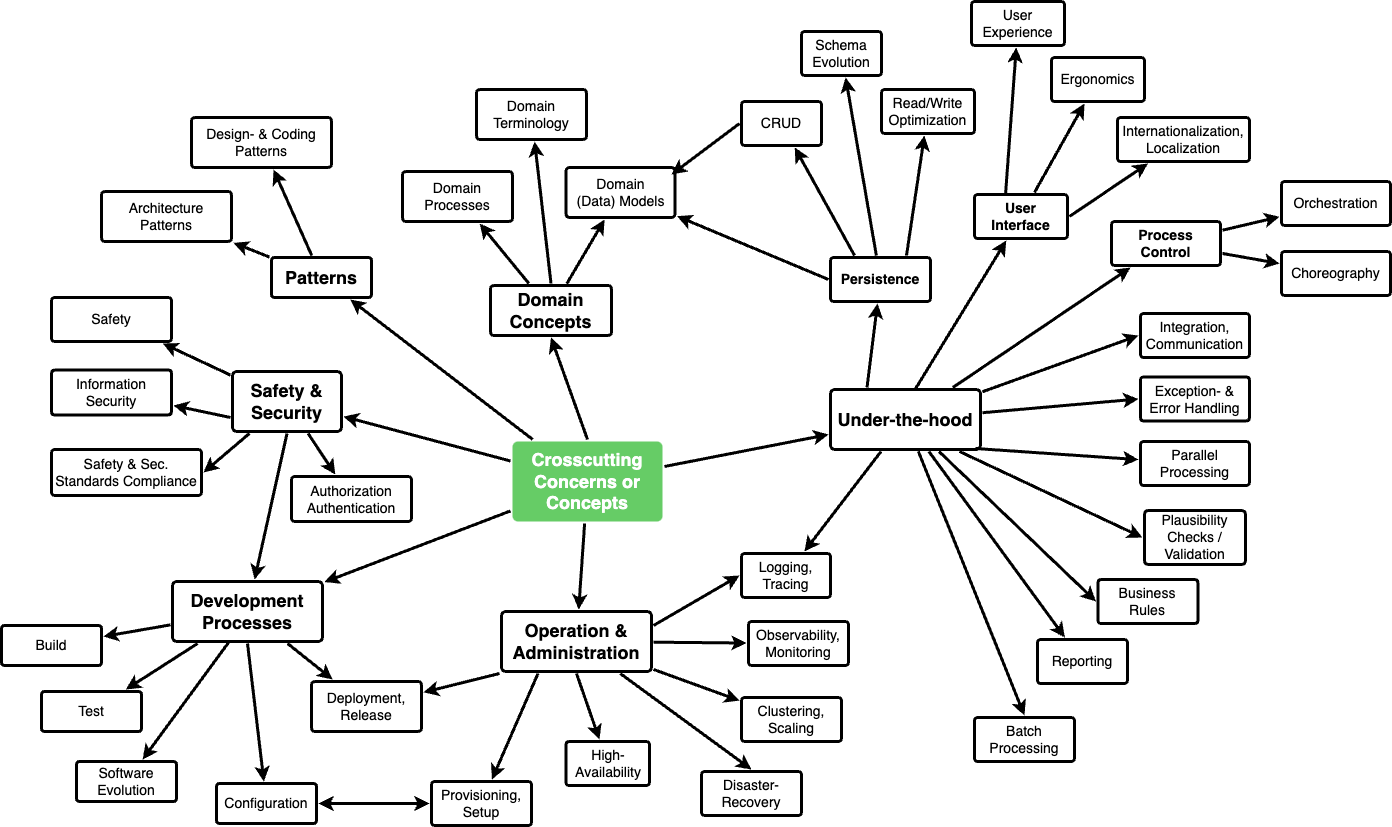
Before: images/8-concepts/08-concepts-EN.drawio.png, a diagram exported from draw.io (arc42/docs.arc42.org-site). Source tidied: cells renumbered, new cells last; positions are measured from the earlier drawing's top-left corner, leaving out a move shared by most shapes.
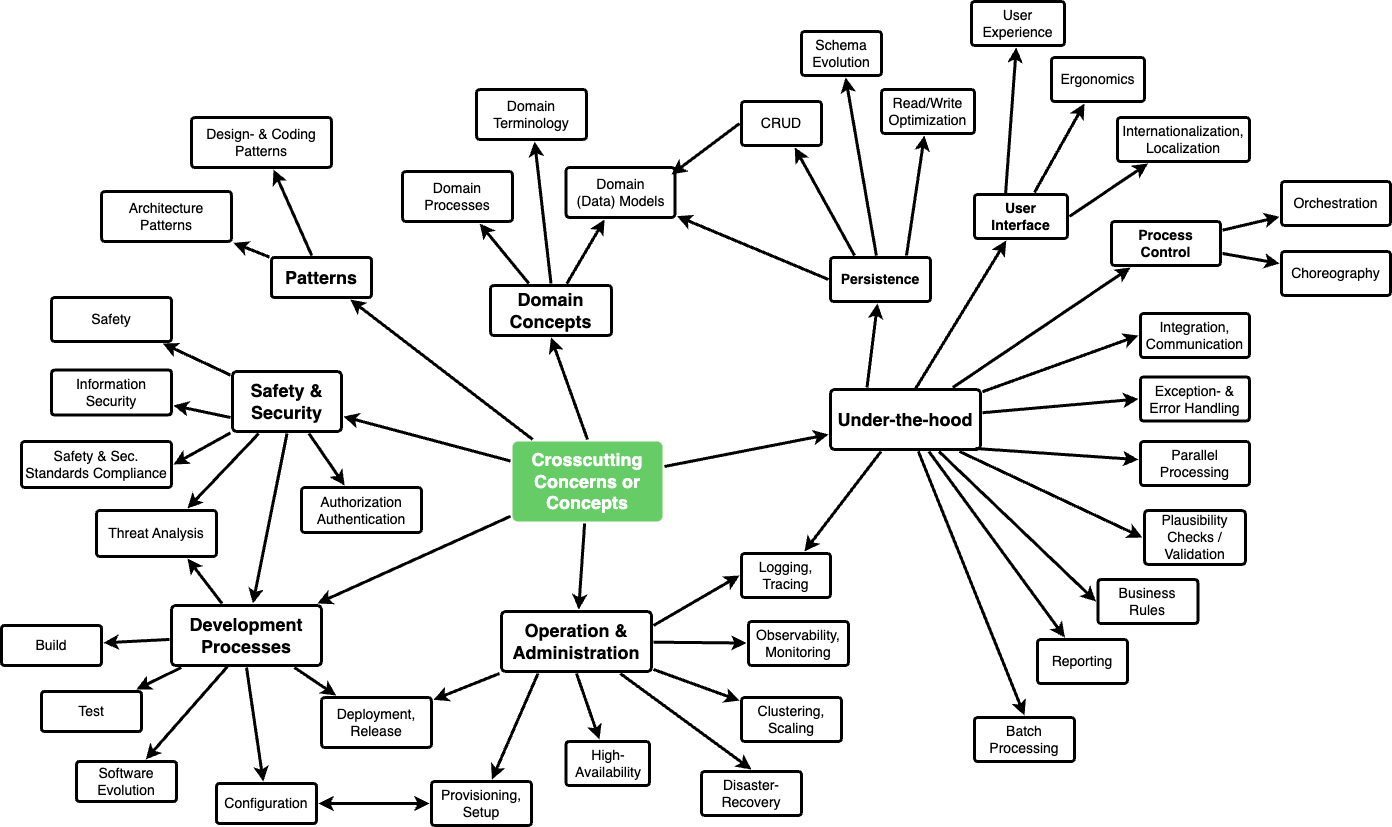
Later version of the same file.

Commit message:
re-formulated and (hopefully) improved docs for crosscutting concepts.

The edit, as a diff of the source:
```diff
@@ -30,7 +30,7 @@
       <mxGeometry x="231" y="370" width="109" height="60" as="geometry" />
     </mxCell>
     <mxCell id="11" value="Safety &amp;amp; Sec.&lt;div&gt;Standards Compliance&lt;/div&gt;" style="rounded=1;whiteSpace=wrap;html=1;shadow=0;labelBackgroundColor=none;strokeWidth=3;fontFamily=Helvetica;fontSize=14;align=center;spacing=5;fontStyle=0;arcSize=7;perimeterSpacing=2;" parent="1" vertex="1">
-      <mxGeometry x="50" y="448" width="150" height="46" as="geometry" />
+      <mxGeometry x="20" y="440" width="150" height="46" as="geometry" />
     </mxCell>
     <mxCell id="12" value="Information&lt;div&gt;Security&lt;/div&gt;" style="rounded=1;whiteSpace=wrap;html=1;shadow=0;labelBackgroundColor=none;strokeWidth=3;fontFamily=Helvetica;fontSize=14;align=center;spacing=5;fontStyle=0;arcSize=7;perimeterSpacing=2;" parent="1" vertex="1">
       <mxGeometry x="50" y="368.5" width="120" height="45" as="geometry" />
@@ -48,10 +48,10 @@
       <mxGeometry relative="1" as="geometry" />
     </mxCell>
     <mxCell id="17" value="Development&lt;div style=&quot;font-size: 18px;&quot;&gt;Processes&lt;/div&gt;" style="rounded=1;whiteSpace=wrap;html=1;shadow=0;labelBackgroundColor=none;strokeWidth=3;fontFamily=Helvetica;fontSize=18;align=center;spacing=5;fontStyle=1;arcSize=7;perimeterSpacing=2;" parent="1" vertex="1">
-      <mxGeometry x="171" y="580" width="150" height="60" as="geometry" />
+      <mxGeometry x="170" y="604" width="150" height="60" as="geometry" />
     </mxCell>
     <mxCell id="18" value="Deployment,&lt;div&gt;Release&lt;/div&gt;" style="rounded=1;whiteSpace=wrap;html=1;shadow=0;labelBackgroundColor=none;strokeWidth=3;fontFamily=Helvetica;fontSize=14;align=center;spacing=5;arcSize=7;perimeterSpacing=2;" parent="1" vertex="1">
-      <mxGeometry x="310" y="680" width="110" height="50" as="geometry" />
+      <mxGeometry x="320" y="696" width="110" height="50" as="geometry" />
     </mxCell>
     <mxCell id="19" value="Test" style="rounded=1;whiteSpace=wrap;html=1;shadow=0;labelBackgroundColor=none;strokeWidth=3;fontFamily=Helvetica;fontSize=14;align=center;spacing=5;arcSize=7;perimeterSpacing=2;" parent="1" vertex="1">
       <mxGeometry x="40" y="690" width="100" height="40" as="geometry" />
@@ -261,7 +261,7 @@
       <mxGeometry x="1116" y="116" width="132" height="44" as="geometry" />
     </mxCell>
     <mxCell id="88" value="Authorization&lt;div&gt;Authentication&lt;/div&gt;" style="rounded=1;whiteSpace=wrap;html=1;shadow=0;labelBackgroundColor=none;strokeWidth=3;fontFamily=Helvetica;fontSize=14;align=center;spacing=5;fontStyle=0;arcSize=7;perimeterSpacing=2;" parent="1" vertex="1">
-      <mxGeometry x="290" y="475" width="120" height="45" as="geometry" />
+      <mxGeometry x="300" y="486" width="120" height="45" as="geometry" />
     </mxCell>
     <mxCell id="89" style="edgeStyle=none;rounded=1;jumpStyle=none;html=1;shadow=0;labelBackgroundColor=none;startArrow=none;startFill=0;jettySize=auto;strokeWidth=3;fontFamily=Helvetica;fontSize=14;fontColor=#FFFFFF;spacing=5;fontStyle=1;" parent="1" edge="1" source="10" target="88">
       <mxGeometry relative="1" as="geometry" />
@@ -287,5 +287,14 @@
     <mxCell id="96" style="edgeStyle=none;rounded=1;jumpStyle=none;html=1;shadow=0;labelBackgroundColor=none;startArrow=none;startFill=0;jettySize=auto;strokeWidth=3;fontFamily=Helvetica;fontSize=14;fontColor=#FFFFFF;spacing=5;fontStyle=1;exitX=0.5;exitY=1;exitDx=0;exitDy=0;" parent="1" edge="1" source="10" target="17">
       <mxGeometry relative="1" as="geometry" />
     </mxCell>
+    <mxCell id="97" value="Threat Analysis" style="rounded=1;whiteSpace=wrap;html=1;shadow=0;labelBackgroundColor=none;strokeWidth=3;fontFamily=Helvetica;fontSize=14;align=center;spacing=5;fontStyle=0;arcSize=7;perimeterSpacing=2;" parent="1" vertex="1">
+      <mxGeometry x="95" y="509" width="120" height="46" as="geometry" />
+    </mxCell>
+    <mxCell id="98" style="edgeStyle=none;rounded=1;jumpStyle=none;html=1;shadow=0;labelBackgroundColor=none;startArrow=none;startFill=0;jettySize=auto;strokeWidth=3;fontFamily=Helvetica;fontSize=14;fontColor=#FFFFFF;spacing=5;fontStyle=1;entryX=0.75;entryY=0;entryDx=0;entryDy=0;exitX=0.25;exitY=1;exitDx=0;exitDy=0;" parent="1" edge="1" source="10" target="97">
+      <mxGeometry relative="1" as="geometry" />
+    </mxCell>
+    <mxCell id="99" style="edgeStyle=none;rounded=1;jumpStyle=none;html=1;shadow=0;labelBackgroundColor=none;startArrow=none;startFill=0;jettySize=auto;strokeWidth=3;fontFamily=Helvetica;fontSize=14;fontColor=#FFFFFF;spacing=5;fontStyle=1;entryX=0.75;entryY=1;entryDx=0;entryDy=0;" parent="1" edge="1" source="17" target="97">
+      <mxGeometry relative="1" as="geometry" />
+    </mxCell>
   </root>
 </mxGraphModel>
```
